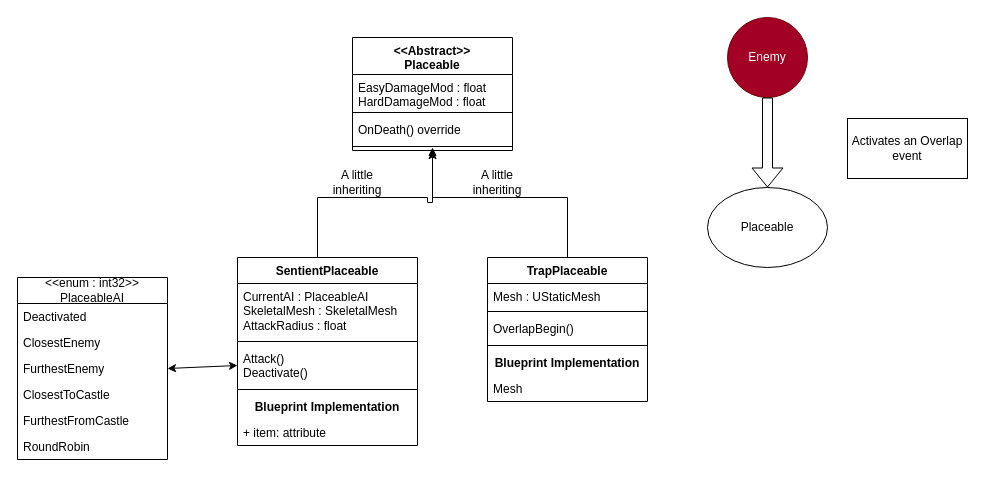
This is Design/PlaceableDesign.drawio from Edge321/DragonsDefense_v2, a draw.io file, before an edit. Source tidied: cells renumbered, new cells numbered last; positions are measured from the earlier drawing's top-left corner, leaving out a move shared by most shapes. Both pictures are drawn from the tidied source at 100%, with x=0, y=0 at pixel (17, 17).
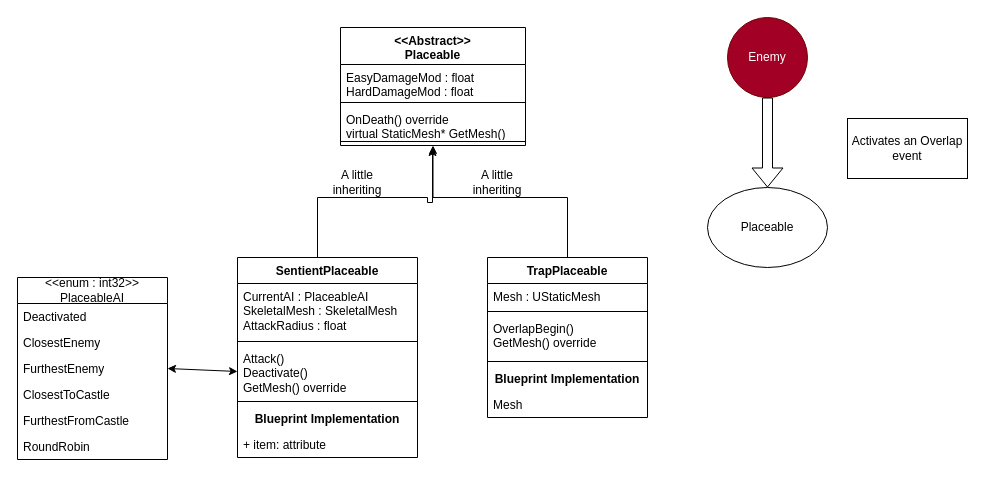
The same diagram, later.

Change to the diagram source:
```diff
@@
     <mxCell id="10" value="SentientPlaceable" style="swimlane;fontStyle=1;align=center;verticalAlign=top;horizontal=1;startSize=26;whiteSpace=wrap;html=1;" parent="1" vertex="1">
-      <mxGeometry x="220" y="240" width="180" height="188" as="geometry" />
+      <mxGeometry x="220" y="240" width="180" height="200" as="geometry" />
     </mxCell>
@@
-    <mxCell id="13" value="Attack()&lt;br&gt;Deactivate()" style="text;strokeColor=none;fillColor=none;align=left;verticalAlign=top;spacingLeft=4;spacingRight=4;overflow=hidden;points=[[0,0.5],[1,0.5]];portConstraint=eastwest;whiteSpace=wrap;html=1;" parent="10" vertex="1">
-      <mxGeometry y="88" width="180" height="40" as="geometry" />
+    <mxCell id="13" value="Attack()&lt;br&gt;Deactivate()&lt;br&gt;GetMesh() override" style="text;strokeColor=none;fillColor=none;align=left;verticalAlign=top;spacingLeft=4;spacingRight=4;overflow=hidden;points=[[0,0.5],[1,0.5]];portConstraint=eastwest;whiteSpace=wrap;html=1;" parent="10" vertex="1">
+      <mxGeometry y="88" width="180" height="52" as="geometry" />
     </mxCell>
     <mxCell id="14" style="line;strokeWidth=1;fillColor=none;align=left;verticalAlign=middle;spacingTop=-1;spacingLeft=3;spacingRight=3;labelPosition=right;strokeColor=inherit;" parent="10" vertex="1">
-      <mxGeometry y="128" width="180" height="8" as="geometry" />
+      <mxGeometry y="140" width="180" height="8" as="geometry" />
     </mxCell>
     <mxCell id="15" value="&lt;b&gt;Blueprint Implementation&lt;/b&gt;" style="text;strokeColor=none;fillColor=none;align=center;verticalAlign=top;spacingLeft=4;spacingRight=4;overflow=hidden;whiteSpace=wrap;html=1;" parent="10" vertex="1">
-      <mxGeometry y="136" width="180" height="26" as="geometry" />
+      <mxGeometry y="148" width="180" height="26" as="geometry" />
     </mxCell>
     <mxCell id="16" value="+ item: attribute" style="text;strokeColor=none;fillColor=none;align=left;verticalAlign=top;spacingLeft=4;spacingRight=4;overflow=hidden;whiteSpace=wrap;html=1;" parent="10" vertex="1">
-      <mxGeometry y="162" width="180" height="26" as="geometry" />
+      <mxGeometry y="174" width="180" height="26" as="geometry" />
     </mxCell>
@@
     <mxCell id="24" value="TrapPlaceable" style="swimlane;fontStyle=1;align=center;verticalAlign=top;horizontal=1;startSize=26;whiteSpace=wrap;html=1;" parent="1" vertex="1">
-      <mxGeometry x="470" y="240" width="160" height="144" as="geometry" />
+      <mxGeometry x="470" y="240" width="160" height="160" as="geometry" />
     </mxCell>
@@
-    <mxCell id="27" value="OverlapBegin()" style="text;strokeColor=none;fillColor=none;align=left;verticalAlign=top;spacingLeft=4;spacingRight=4;overflow=hidden;whiteSpace=wrap;html=1;" parent="24" vertex="1">
-      <mxGeometry y="58" width="160" height="26" as="geometry" />
+    <mxCell id="27" value="OverlapBegin()&lt;br&gt;GetMesh() override" style="text;strokeColor=none;fillColor=none;align=left;verticalAlign=top;spacingLeft=4;spacingRight=4;overflow=hidden;whiteSpace=wrap;html=1;" parent="24" vertex="1">
+      <mxGeometry y="58" width="160" height="42" as="geometry" />
     </mxCell>
     <mxCell id="28" style="line;strokeWidth=1;fillColor=none;align=left;verticalAlign=middle;spacingTop=-1;spacingLeft=3;spacingRight=3;labelPosition=right;strokeColor=inherit;" parent="24" vertex="1">
-      <mxGeometry y="84" width="160" height="8" as="geometry" />
+      <mxGeometry y="100" width="160" height="8" as="geometry" />
     </mxCell>
     <mxCell id="29" value="&lt;b&gt;Blueprint Implementation&lt;/b&gt;" style="text;strokeColor=none;fillColor=none;align=center;verticalAlign=top;spacingLeft=4;spacingRight=4;overflow=hidden;whiteSpace=wrap;html=1;" parent="24" vertex="1">
-      <mxGeometry y="92" width="160" height="26" as="geometry" />
+      <mxGeometry y="108" width="160" height="26" as="geometry" />
     </mxCell>
     <mxCell id="30" value="Mesh" style="text;strokeColor=none;fillColor=none;align=left;verticalAlign=top;spacingLeft=4;spacingRight=4;overflow=hidden;whiteSpace=wrap;html=1;" parent="24" vertex="1">
-      <mxGeometry y="118" width="160" height="26" as="geometry" />
+      <mxGeometry y="134" width="160" height="26" as="geometry" />
     </mxCell>
@@
     <mxCell id="32" value="&amp;lt;&amp;lt;Abstract&amp;gt;&amp;gt;&lt;br&gt;Placeable" style="swimlane;fontStyle=1;align=center;verticalAlign=top;horizontal=1;startSize=37;whiteSpace=wrap;html=1;" parent="1" vertex="1">
-      <mxGeometry x="335" y="20" width="160" height="113" as="geometry" />
+      <mxGeometry x="323" y="10" width="185" height="118" as="geometry" />
     </mxCell>
     <mxCell id="33" value="EasyDamageMod : float&lt;br&gt;HardDamageMod : float" style="text;strokeColor=none;fillColor=none;align=left;verticalAlign=top;spacingLeft=4;spacingRight=4;overflow=hidden;whiteSpace=wrap;html=1;" parent="32" vertex="1">
-      <mxGeometry y="37" width="160" height="34" as="geometry" />
+      <mxGeometry y="37" width="185" height="34" as="geometry" />
     </mxCell>
     <mxCell id="34" style="line;strokeWidth=1;fillColor=none;align=left;verticalAlign=middle;spacingTop=-1;spacingLeft=3;spacingRight=3;labelPosition=right;strokeColor=inherit;" parent="32" vertex="1">
-      <mxGeometry y="71" width="160" height="8" as="geometry" />
+      <mxGeometry y="71" width="185" height="8" as="geometry" />
     </mxCell>
-    <mxCell id="35" value="OnDeath() override" style="text;strokeColor=none;fillColor=none;align=left;verticalAlign=top;spacingLeft=4;spacingRight=4;overflow=hidden;whiteSpace=wrap;html=1;" parent="32" vertex="1">
-      <mxGeometry y="79" width="160" height="26" as="geometry" />
+    <mxCell id="35" value="OnDeath() override&lt;br&gt;virtual StaticMesh* GetMesh()" style="text;strokeColor=none;fillColor=none;align=left;verticalAlign=top;spacingLeft=4;spacingRight=4;overflow=hidden;whiteSpace=wrap;html=1;" parent="32" vertex="1">
+      <mxGeometry y="79" width="185" height="31" as="geometry" />
     </mxCell>
     <mxCell id="36" style="line;strokeWidth=1;fillColor=none;align=left;verticalAlign=middle;spacingTop=-1;spacingLeft=3;spacingRight=3;labelPosition=right;strokeColor=inherit;" parent="32" vertex="1">
-      <mxGeometry y="105" width="160" height="8" as="geometry" />
+      <mxGeometry y="110" width="185" height="8" as="geometry" />
     </mxCell>
```
